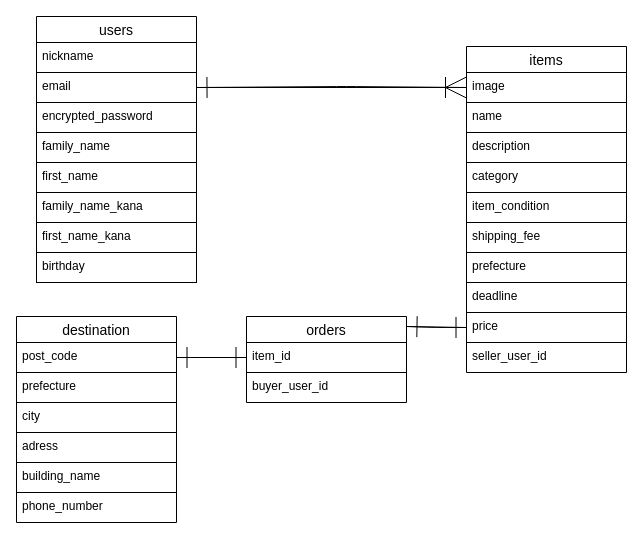
The draw.io diagram furima.dio in 38385kobi/furima-38385, before the edit. Source tidied: cells renumbered, new cells numbered last; positions are measured from the earlier drawing's top-left corner, leaving out a move shared by most shapes. Both pictures are drawn from the tidied source at 100%, with x=0, y=0 at pixel (16, 16).
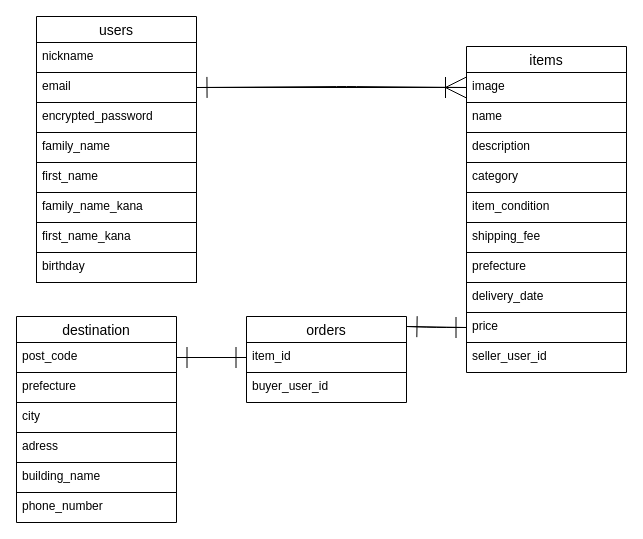
Above is the later version.

The change refers to these unchanged cells:
```xml
<mxCell id="18" value="items" style="swimlane;fontStyle=0;horizontal=1;startSize=26;align=center;fontSize=14;" parent="1" vertex="1">
  <mxGeometry x="450" y="30" width="160" height="326" as="geometry" />
</mxCell>
```

The edit, as a diff of the source:
```diff
@@
-    <mxCell id="26" value="deadline" style="text;strokeColor=none;fillColor=none;spacingLeft=4;spacingRight=4;overflow=hidden;fontSize=12;" parent="18" vertex="1">
+    <mxCell id="26" value="delivery_date" style="text;strokeColor=none;fillColor=none;spacingLeft=4;spacingRight=4;overflow=hidden;fontSize=12;" parent="18" vertex="1">
       <mxGeometry y="236" width="160" height="30" as="geometry" />
     </mxCell>
```
